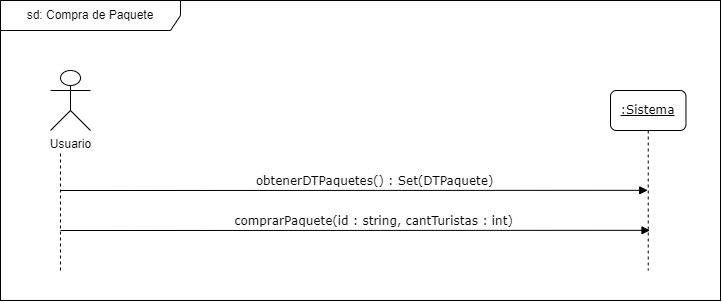
This is docs/Iteración 2/Análisis/DSS Servidor web/Compra de Paquete.png from FacundoDiaz00/Taller-de-Programaci-n, a draw.io export, as it was before one commit. Source tidied: cells renumbered, new cells last; positions are measured from the earlier drawing's top-left corner, leaving out a move shared by most shapes.
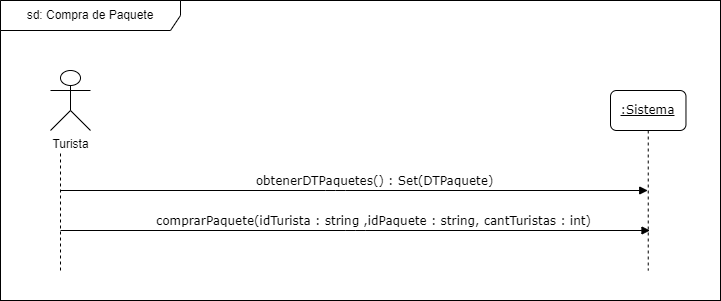
Later version of the same file.

Commit message:
[fix DSS] compraPaquete WEB

Change to the diagram source:
```diff
@@ -8,7 +8,7 @@
     <mxCell id="3" value="sd: Compra de Paquete" style="shape=umlFrame;whiteSpace=wrap;html=1;width=180;height=30;" parent="1" vertex="1">
       <mxGeometry width="720" height="300" as="geometry" />
     </mxCell>
-    <mxCell id="4" value="Usuario" style="shape=umlActor;verticalLabelPosition=bottom;verticalAlign=top;html=1;rounded=1;" parent="1" vertex="1">
+    <mxCell id="4" value="Turista" style="shape=umlActor;verticalLabelPosition=bottom;verticalAlign=top;html=1;rounded=1;" parent="1" vertex="1">
       <mxGeometry x="50" y="70" width="40" height="60" as="geometry" />
     </mxCell>
     <mxCell id="5" value="obtenerDTPaquetes() : Set(DTPaquete)" style="html=1;verticalAlign=bottom;endArrow=block;labelBackgroundColor=none;fontFamily=Verdana;fontSize=12;edgeStyle=elbowEdgeStyle;elbow=vertical;" parent="1" edge="1" target="8">
@@ -16,7 +16,7 @@
         <mxPoint x="60" y="190" as="sourcePoint" />
       </mxGeometry>
     </mxCell>
-    <mxCell id="6" value="comprarPaquete(id : string, cantTuristas : int)" style="html=1;verticalAlign=bottom;endArrow=block;labelBackgroundColor=none;fontFamily=Verdana;fontSize=12;edgeStyle=elbowEdgeStyle;elbow=vertical;" parent="1" edge="1">
+    <mxCell id="6" value="comprarPaquete(idTurista : string ,idPaquete : string, cantTuristas : int)" style="html=1;verticalAlign=bottom;endArrow=block;labelBackgroundColor=none;fontFamily=Verdana;fontSize=12;edgeStyle=elbowEdgeStyle;elbow=vertical;" parent="1" edge="1">
       <mxGeometry x="0.06" relative="1" as="geometry">
         <mxPoint x="60" y="230" as="sourcePoint" />
         <mxPoint x="649.5" y="230" as="targetPoint" />
```
